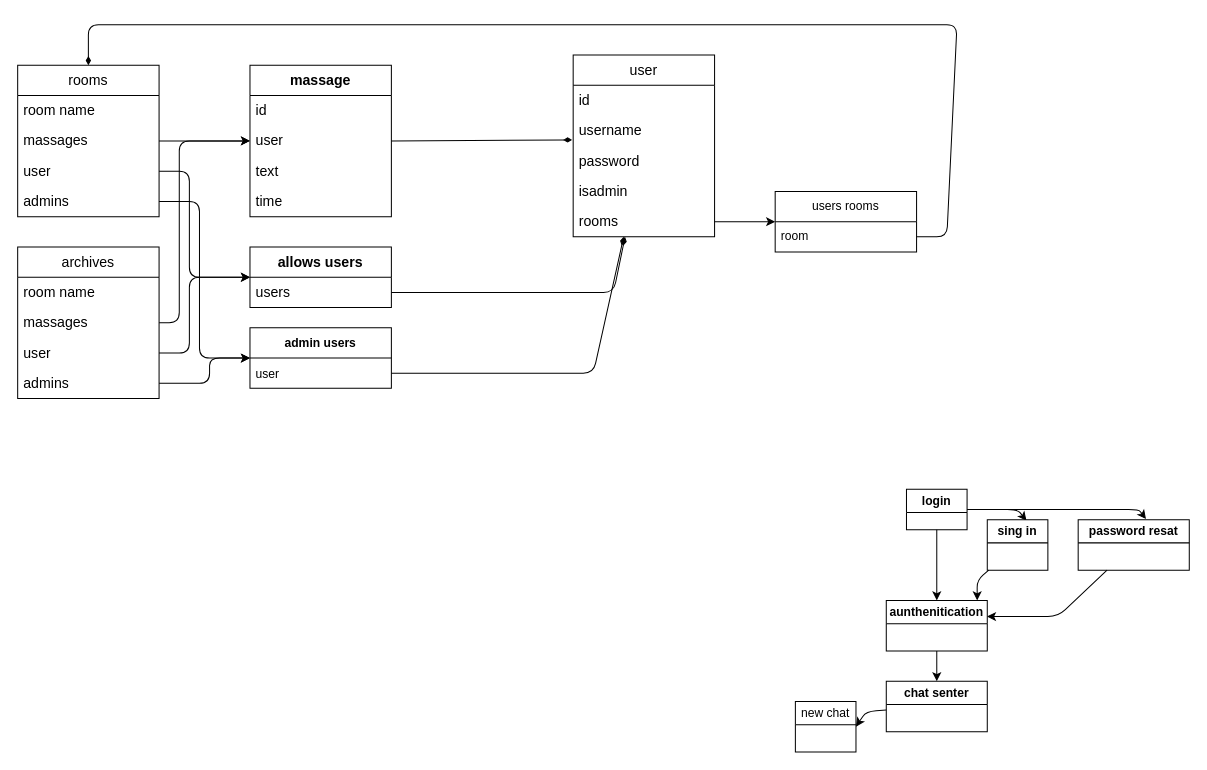
Earlier version of the draw.io diagram SCREENS.drawio (noambaum00/chat). Source tidied: cells renumbered, new cells numbered last; positions are measured from the earlier drawing's top-left corner, leaving out a move shared by most shapes. Both pictures are drawn from the tidied source at 101%, with x=0, y=0 at pixel (17, 24).
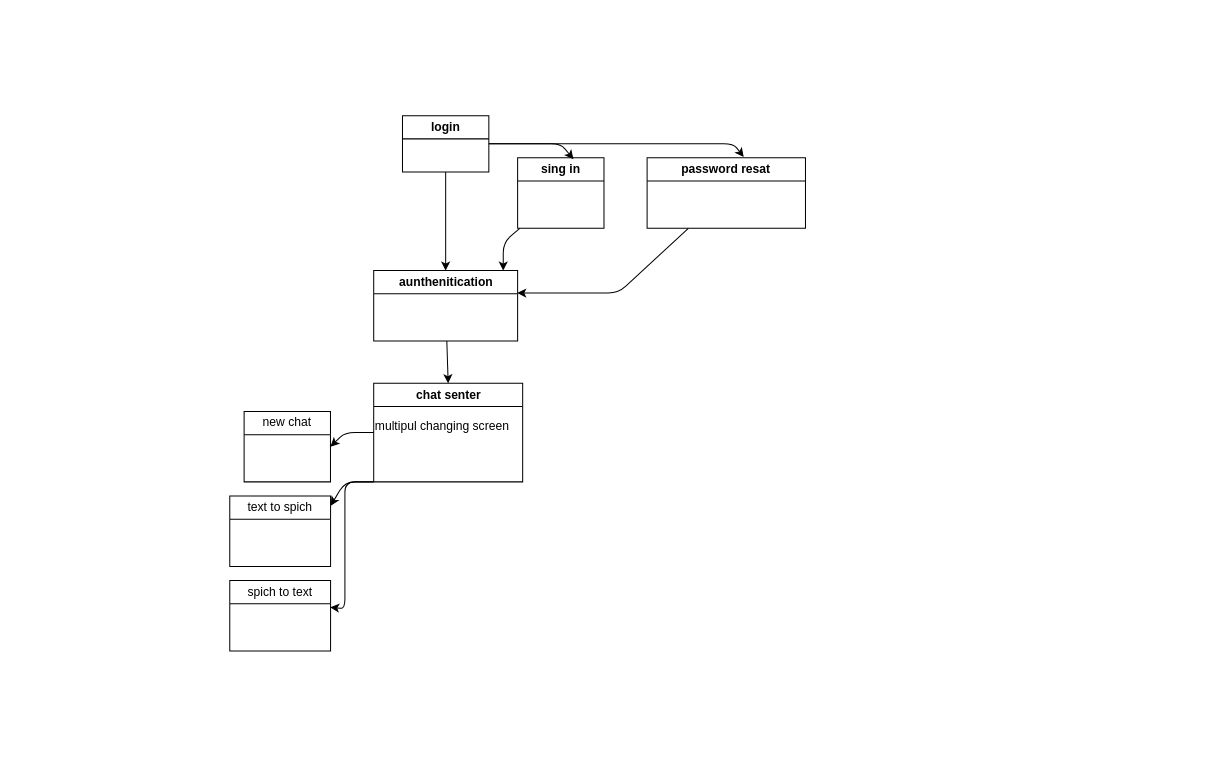
Above is the later version.

Commit message:
אני שונאת תרשימים!!!!!!!!!!!!!!!!!!

Diff of the diagram source:
```diff
@@
-    <mxCell id="2" value="rooms" style="swimlane;fontStyle=0;horizontal=1;startSize=30;whiteSpace=wrap;html=1;strokeColor=default;fontSize=14;fillColor=none;" parent="1" vertex="1">
-      <mxGeometry y="40" width="140" height="150" as="geometry" />
-    </mxCell>
-    <mxCell id="3" value="room name" style="text;strokeColor=none;fillColor=none;align=left;verticalAlign=middle;spacingLeft=4;spacingRight=4;overflow=hidden;whiteSpace=wrap;html=1;fontSize=14;" parent="2" vertex="1">
-      <mxGeometry y="30" width="140" height="30" as="geometry" />
-    </mxCell>
-    <mxCell id="4" value="massages" style="text;strokeColor=none;fillColor=none;align=left;verticalAlign=middle;spacingLeft=4;spacingRight=4;overflow=hidden;points=[[0,0.5],[1,0.5]];portConstraint=eastwest;whiteSpace=wrap;html=1;fontSize=14;" parent="2" vertex="1">
-      <mxGeometry y="60" width="140" height="30" as="geometry" />
-    </mxCell>
-    <mxCell id="5" value="user" style="text;strokeColor=none;fillColor=none;align=left;verticalAlign=middle;spacingLeft=4;spacingRight=4;overflow=hidden;points=[[0,0.5],[1,0.5]];portConstraint=eastwest;whiteSpace=wrap;html=1;fontSize=14;" parent="2" vertex="1">
-      <mxGeometry y="90" width="140" height="30" as="geometry" />
-    </mxCell>
-    <mxCell id="6" value="admins" style="text;strokeColor=none;fillColor=none;align=left;verticalAlign=middle;spacingLeft=4;spacingRight=4;overflow=hidden;points=[[0,0.5],[1,0.5]];portConstraint=eastwest;whiteSpace=wrap;html=1;fontSize=14;" parent="2" vertex="1">
-      <mxGeometry y="120" width="140" height="30" as="geometry" />
-    </mxCell>
-    <mxCell id="7" value="&lt;span style=&quot;font-weight: 700;&quot;&gt;allows users&lt;/span&gt;" style="swimlane;fontStyle=0;horizontal=1;startSize=30;whiteSpace=wrap;html=1;strokeColor=default;fontSize=14;fillColor=none;" parent="1" vertex="1">
-      <mxGeometry x="230" y="220" width="140" height="60" as="geometry" />
-    </mxCell>
-    <mxCell id="8" value="users" style="text;strokeColor=none;fillColor=none;align=left;verticalAlign=middle;spacingLeft=4;spacingRight=4;overflow=hidden;points=[[0,0.5],[1,0.5]];portConstraint=eastwest;whiteSpace=wrap;html=1;fontSize=14;" parent="7" vertex="1">
-      <mxGeometry y="30" width="140" height="30" as="geometry" />
-    </mxCell>
-    <mxCell id="9" value="&lt;span style=&quot;font-weight: 700;&quot;&gt;massage&lt;/span&gt;" style="swimlane;fontStyle=0;horizontal=1;startSize=30;whiteSpace=wrap;html=1;strokeColor=default;fontSize=14;fillColor=none;" parent="1" vertex="1">
-      <mxGeometry x="230" y="40" width="140" height="150" as="geometry" />
-    </mxCell>
-    <mxCell id="10" value="id" style="text;strokeColor=none;fillColor=none;align=left;verticalAlign=middle;spacingLeft=4;spacingRight=4;overflow=hidden;whiteSpace=wrap;html=1;fontSize=14;" parent="9" vertex="1">
-      <mxGeometry y="30" width="140" height="30" as="geometry" />
-    </mxCell>
-    <mxCell id="11" value="user" style="text;strokeColor=none;fillColor=none;align=left;verticalAlign=middle;spacingLeft=4;spacingRight=4;overflow=hidden;points=[[0,0.5],[1,0.5]];portConstraint=eastwest;whiteSpace=wrap;html=1;fontSize=14;" parent="9" vertex="1">
-      <mxGeometry y="60" width="140" height="30" as="geometry" />
-    </mxCell>
-    <mxCell id="12" value="text" style="text;strokeColor=none;fillColor=none;align=left;verticalAlign=middle;spacingLeft=4;spacingRight=4;overflow=hidden;whiteSpace=wrap;html=1;fontSize=14;" parent="9" vertex="1">
-      <mxGeometry y="90" width="140" height="30" as="geometry" />
-    </mxCell>
-    <mxCell id="13" value="time" style="text;strokeColor=none;fillColor=none;align=left;verticalAlign=middle;spacingLeft=4;spacingRight=4;overflow=hidden;whiteSpace=wrap;html=1;fontSize=14;" parent="9" vertex="1">
-      <mxGeometry y="120" width="140" height="30" as="geometry" />
-    </mxCell>
-    <mxCell id="14" value="user" style="swimlane;fontStyle=0;horizontal=1;startSize=30;whiteSpace=wrap;html=1;strokeColor=default;fontSize=14;fillColor=none;" parent="1" vertex="1">
-      <mxGeometry x="550" y="30" width="140" height="180" as="geometry" />
-    </mxCell>
-    <mxCell id="15" value="id" style="text;strokeColor=none;fillColor=none;align=left;verticalAlign=middle;spacingLeft=4;spacingRight=4;overflow=hidden;whiteSpace=wrap;html=1;fontSize=14;" parent="14" vertex="1">
-      <mxGeometry y="30" width="140" height="30" as="geometry" />
-    </mxCell>
-    <mxCell id="16" value="username" style="text;strokeColor=none;fillColor=none;align=left;verticalAlign=middle;spacingLeft=4;spacingRight=4;overflow=hidden;points=[[0,0.5],[1,0.5]];portConstraint=eastwest;whiteSpace=wrap;html=1;fontSize=14;" parent="14" vertex="1">
-      <mxGeometry y="60" width="140" height="30" as="geometry" />
-    </mxCell>
-    <mxCell id="17" value="password" style="text;strokeColor=none;fillColor=none;align=left;verticalAlign=middle;spacingLeft=4;spacingRight=4;overflow=hidden;whiteSpace=wrap;html=1;fontSize=14;" parent="14" vertex="1">
-      <mxGeometry y="90" width="140" height="30" as="geometry" />
-    </mxCell>
-    <mxCell id="18" value="isadmin" style="text;strokeColor=none;fillColor=none;align=left;verticalAlign=middle;spacingLeft=4;spacingRight=4;overflow=hidden;whiteSpace=wrap;html=1;fontSize=14;" parent="14" vertex="1">
-      <mxGeometry y="120" width="140" height="30" as="geometry" />
-    </mxCell>
-    <mxCell id="19" value="rooms" style="text;strokeColor=none;fillColor=none;align=left;verticalAlign=middle;spacingLeft=4;spacingRight=4;overflow=hidden;points=[[0,0.5],[1,0.5]];portConstraint=eastwest;whiteSpace=wrap;html=1;fontSize=14;" parent="14" vertex="1">
-      <mxGeometry y="150" width="140" height="30" as="geometry" />
-    </mxCell>
-    <mxCell id="20" value="admin users" style="swimlane;fontStyle=1;horizontal=1;startSize=30;" parent="1" vertex="1">
-      <mxGeometry x="230" y="300" width="140" height="60" as="geometry" />
-    </mxCell>
-    <mxCell id="21" value="user" style="text;strokeColor=none;fillColor=none;align=left;verticalAlign=middle;spacingLeft=4;spacingRight=4;overflow=hidden;points=[[0,0.5],[1,0.5]];portConstraint=eastwest;" parent="20" vertex="1">
-      <mxGeometry y="30" width="140" height="30" as="geometry" />
-    </mxCell>
-    <mxCell id="22" style="edgeStyle=none;html=1;exitX=1;exitY=0.5;exitDx=0;exitDy=0;endArrow=diamondThin;endFill=1;" parent="1" edge="1" source="8" target="14">
-      <mxGeometry relative="1" as="geometry">
-        <Array as="points">
-          <mxPoint x="590" y="265" />
-        </Array>
-      </mxGeometry>
-    </mxCell>
-    <mxCell id="23" style="edgeStyle=none;html=1;exitX=1;exitY=0.5;exitDx=0;exitDy=0;endArrow=diamondThin;endFill=1;" parent="1" edge="1" source="21" target="14">
-      <mxGeometry relative="1" as="geometry">
-        <Array as="points">
-          <mxPoint x="570" y="345" />
-        </Array>
-      </mxGeometry>
-    </mxCell>
-    <mxCell id="24" value="archives" style="swimlane;fontStyle=0;horizontal=1;startSize=30;whiteSpace=wrap;html=1;strokeColor=default;fontSize=14;fillColor=none;" parent="1" vertex="1">
-      <mxGeometry y="220" width="140" height="150" as="geometry" />
-    </mxCell>
-    <mxCell id="25" value="room name" style="text;strokeColor=none;fillColor=none;align=left;verticalAlign=middle;spacingLeft=4;spacingRight=4;overflow=hidden;whiteSpace=wrap;html=1;fontSize=14;" parent="24" vertex="1">
-      <mxGeometry y="30" width="140" height="30" as="geometry" />
-    </mxCell>
-    <mxCell id="26" value="massages" style="text;strokeColor=none;fillColor=none;align=left;verticalAlign=middle;spacingLeft=4;spacingRight=4;overflow=hidden;points=[[0,0.5],[1,0.5]];portConstraint=eastwest;whiteSpace=wrap;html=1;fontSize=14;" parent="24" vertex="1">
-      <mxGeometry y="60" width="140" height="30" as="geometry" />
-    </mxCell>
-    <mxCell id="27" value="user" style="text;strokeColor=none;fillColor=none;align=left;verticalAlign=middle;spacingLeft=4;spacingRight=4;overflow=hidden;points=[[0,0.5],[1,0.5]];portConstraint=eastwest;whiteSpace=wrap;html=1;fontSize=14;" parent="24" vertex="1">
-      <mxGeometry y="90" width="140" height="30" as="geometry" />
-    </mxCell>
-    <mxCell id="28" value="admins" style="text;strokeColor=none;fillColor=none;align=left;verticalAlign=middle;spacingLeft=4;spacingRight=4;overflow=hidden;points=[[0,0.5],[1,0.5]];portConstraint=eastwest;whiteSpace=wrap;html=1;fontSize=14;" parent="24" vertex="1">
-      <mxGeometry y="120" width="140" height="30" as="geometry" />
-    </mxCell>
-    <mxCell id="29" style="edgeStyle=none;html=1;exitX=1;exitY=0.5;exitDx=0;exitDy=0;entryX=-0.007;entryY=0.8;entryDx=0;entryDy=0;entryPerimeter=0;endArrow=diamondThin;endFill=1;" parent="1" edge="1" source="11" target="16">
-      <mxGeometry relative="1" as="geometry" />
-    </mxCell>
-    <mxCell id="30" style="edgeStyle=none;html=1;exitX=1;exitY=0.5;exitDx=0;exitDy=0;" parent="1" edge="1" source="4" target="9">
-      <mxGeometry relative="1" as="geometry" />
-    </mxCell>
-    <mxCell id="31" style="edgeStyle=none;html=1;exitX=1;exitY=0.5;exitDx=0;exitDy=0;" parent="1" edge="1" source="26" target="9">
-      <mxGeometry relative="1" as="geometry">
-        <Array as="points">
-          <mxPoint x="160" y="295" />
-          <mxPoint x="160" y="115" />
-        </Array>
-      </mxGeometry>
-    </mxCell>
-    <mxCell id="32" style="edgeStyle=none;html=1;exitX=1;exitY=0.5;exitDx=0;exitDy=0;" parent="1" edge="1" source="27" target="7">
-      <mxGeometry relative="1" as="geometry">
-        <Array as="points">
-          <mxPoint x="170" y="325" />
-          <mxPoint x="170" y="250" />
-        </Array>
-      </mxGeometry>
-    </mxCell>
-    <mxCell id="33" style="edgeStyle=none;html=1;exitX=1;exitY=0.5;exitDx=0;exitDy=0;" parent="1" edge="1" source="5" target="7">
-      <mxGeometry relative="1" as="geometry">
-        <Array as="points">
-          <mxPoint x="170" y="145" />
-          <mxPoint x="170" y="250" />
-        </Array>
-      </mxGeometry>
-    </mxCell>
-    <mxCell id="34" style="edgeStyle=none;html=1;exitX=1;exitY=0.5;exitDx=0;exitDy=0;" parent="1" edge="1" source="6" target="20">
-      <mxGeometry relative="1" as="geometry">
-        <Array as="points">
-          <mxPoint x="180" y="175" />
-          <mxPoint x="180" y="330" />
-        </Array>
-      </mxGeometry>
-    </mxCell>
-    <mxCell id="35" style="edgeStyle=none;html=1;exitX=1;exitY=0.5;exitDx=0;exitDy=0;" parent="1" edge="1" source="28" target="20">
-      <mxGeometry relative="1" as="geometry">
-        <Array as="points">
-          <mxPoint x="190" y="355" />
-          <mxPoint x="190" y="330" />
-        </Array>
-      </mxGeometry>
-    </mxCell>
-    <mxCell id="36" value="users rooms" style="swimlane;fontStyle=0;horizontal=1;startSize=30;whiteSpace=wrap;html=1;" parent="1" vertex="1">
-      <mxGeometry x="750" y="165" width="140" height="60" as="geometry" />
-    </mxCell>
-    <mxCell id="37" value="room" style="text;strokeColor=none;fillColor=none;align=left;verticalAlign=middle;spacingLeft=4;spacingRight=4;overflow=hidden;points=[[0,0.5],[1,0.5]];portConstraint=eastwest;whiteSpace=wrap;html=1;" parent="36" vertex="1">
-      <mxGeometry y="30" width="140" height="30" as="geometry" />
-    </mxCell>
-    <mxCell id="38" style="edgeStyle=none;html=1;exitX=1;exitY=0.5;exitDx=0;exitDy=0;" parent="1" edge="1" source="19" target="36">
-      <mxGeometry relative="1" as="geometry" />
-    </mxCell>
-    <mxCell id="39" style="edgeStyle=none;html=1;exitX=1;exitY=0.5;exitDx=0;exitDy=0;endArrow=diamondThin;endFill=1;" parent="1" edge="1" source="37" target="2">
-      <mxGeometry relative="1" as="geometry">
-        <Array as="points">
-          <mxPoint x="920" y="210" />
-          <mxPoint x="930" />
-          <mxPoint x="70" />
-        </Array>
-      </mxGeometry>
-    </mxCell>
+    <mxCell id="53" style="group;" parent="1" vertex="1">
+      <mxGeometry x="210" y="90" width="570" height="530" as="geometry" />
+    </mxCell>
+    <mxCell id="43" value="login" style="swimlane;whiteSpace=wrap;html=1;" parent="53" vertex="1">
+      <mxGeometry x="171" width="85.5" height="55.8" as="geometry" />
+    </mxCell>
+    <mxCell id="45" value="sing in" style="swimlane;whiteSpace=wrap;html=1;" parent="53" vertex="1">
+      <mxGeometry x="285" y="41.8" width="85.5" height="69.7" as="geometry" />
+    </mxCell>
-    <mxCell id="40" style="edgeStyle=none;html=1;entryX=0.647;entryY=0.02;entryDx=0;entryDy=0;entryPerimeter=0;" parent="1" edge="1" source="43" target="45">
+    <mxCell id="40" style="edgeStyle=none;html=1;entryX=0.647;entryY=0.02;entryDx=0;entryDy=0;entryPerimeter=0;" parent="53" edge="1" source="43" target="45">
       <mxGeometry relative="1" as="geometry">
         <Array as="points">
-          <mxPoint x="990" y="480" />
+          <mxPoint x="327.8" y="27.9" />
         </Array>
       </mxGeometry>
     </mxCell>
+    <mxCell id="47" value="password resat" style="swimlane;whiteSpace=wrap;html=1;" parent="53" vertex="1">
+      <mxGeometry x="413.2" y="41.8" width="156.8" height="69.7" as="geometry" />
+    </mxCell>
-    <mxCell id="41" style="edgeStyle=none;html=1;entryX=0.61;entryY=-0.012;entryDx=0;entryDy=0;entryPerimeter=0;" parent="1" edge="1" source="43" target="47">
+    <mxCell id="41" style="edgeStyle=none;html=1;entryX=0.61;entryY=-0.012;entryDx=0;entryDy=0;entryPerimeter=0;" parent="53" edge="1" source="43" target="47">
       <mxGeometry relative="1" as="geometry">
         <Array as="points">
-          <mxPoint x="1110" y="480" />
+          <mxPoint x="498.8" y="27.9" />
         </Array>
       </mxGeometry>
     </mxCell>
+    <mxCell id="49" value="aunthenitication" style="swimlane;whiteSpace=wrap;html=1;" parent="53" vertex="1">
+      <mxGeometry x="142.5" y="153.4" width="142.5" height="69.7" as="geometry" />
+    </mxCell>
-    <mxCell id="42" style="edgeStyle=none;html=1;exitX=0.5;exitY=1;exitDx=0;exitDy=0;" parent="1" edge="1" source="43" target="49">
+    <mxCell id="42" style="edgeStyle=none;html=1;exitX=0.5;exitY=1;exitDx=0;exitDy=0;" parent="53" edge="1" source="43" target="49">
       <mxGeometry relative="1" as="geometry" />
     </mxCell>
-    <mxCell id="43" value="login" style="swimlane;whiteSpace=wrap;html=1;" parent="1" vertex="1">
-      <mxGeometry x="880" y="460" width="60" height="40" as="geometry" />
-    </mxCell>
-    <mxCell id="44" style="edgeStyle=none;html=1;entryX=0.9;entryY=0;entryDx=0;entryDy=0;entryPerimeter=0;" parent="1" edge="1" source="45" target="49">
+    <mxCell id="44" style="edgeStyle=none;html=1;entryX=0.9;entryY=0;entryDx=0;entryDy=0;entryPerimeter=0;" parent="53" edge="1" source="45" target="49">
       <mxGeometry relative="1" as="geometry">
         <Array as="points">
-          <mxPoint x="950" y="550" />
+          <mxPoint x="270.8" y="125.5" />
         </Array>
       </mxGeometry>
     </mxCell>
-    <mxCell id="45" value="sing in" style="swimlane;whiteSpace=wrap;html=1;" parent="1" vertex="1">
-      <mxGeometry x="960" y="490" width="60" height="50" as="geometry" />
-    </mxCell>
-    <mxCell id="46" style="edgeStyle=none;html=1;entryX=0.997;entryY=0.319;entryDx=0;entryDy=0;entryPerimeter=0;" parent="1" edge="1" source="47" target="49">
+    <mxCell id="46" style="edgeStyle=none;html=1;entryX=0.997;entryY=0.319;entryDx=0;entryDy=0;entryPerimeter=0;" parent="53" edge="1" source="47" target="49">
       <mxGeometry relative="1" as="geometry">
         <Array as="points">
-          <mxPoint x="1030" y="586" />
+          <mxPoint x="384.8" y="175.7" />
         </Array>
       </mxGeometry>
     </mxCell>
-    <mxCell id="47" value="password resat" style="swimlane;whiteSpace=wrap;html=1;" parent="1" vertex="1">
-      <mxGeometry x="1050" y="490" width="110" height="50" as="geometry" />
-    </mxCell>
+    <mxCell id="51" value="chat senter" style="swimlane;whiteSpace=wrap;html=1;" parent="53" vertex="1">
+      <mxGeometry x="142.5" y="265" width="147.5" height="97.6" as="geometry" />
+    </mxCell>
+    <mxCell id="54" value="&lt;font style=&quot;font-size: 12px;&quot;&gt;multipul changing screen&lt;/font&gt;" style="text;html=1;align=center;verticalAlign=middle;" parent="51" vertex="1">
+      <mxGeometry x="-12.5" y="27.9" width="160" height="30" as="geometry" />
+    </mxCell>
-    <mxCell id="48" style="edgeStyle=none;html=1;entryX=0.5;entryY=0;entryDx=0;entryDy=0;" parent="1" edge="1" source="49" target="51">
+    <mxCell id="48" style="edgeStyle=none;html=1;entryX=0.5;entryY=0;entryDx=0;entryDy=0;" parent="53" edge="1" source="49" target="51">
       <mxGeometry relative="1" as="geometry" />
     </mxCell>
-    <mxCell id="49" value="aunthenitication" style="swimlane;whiteSpace=wrap;html=1;" parent="1" vertex="1">
-      <mxGeometry x="860" y="570" width="100" height="50" as="geometry" />
-    </mxCell>
+    <mxCell id="52" value="new chat" style="swimlane;whiteSpace=wrap;html=1;fontStyle=0;" parent="53" vertex="1">
+      <mxGeometry x="14.2" y="292.9" width="85.5" height="69.7" as="geometry" />
+    </mxCell>
-    <mxCell id="50" style="edgeStyle=none;html=1;entryX=1;entryY=0.5;entryDx=0;entryDy=0;" parent="1" edge="1" source="51" target="52">
+    <mxCell id="50" style="edgeStyle=none;html=1;entryX=1;entryY=0.5;entryDx=0;entryDy=0;" parent="53" edge="1" source="51" target="52">
       <mxGeometry relative="1" as="geometry">
         <Array as="points">
-          <mxPoint x="840" y="680" />
+          <mxPoint x="114" y="313.8" />
         </Array>
       </mxGeometry>
     </mxCell>
-    <mxCell id="51" value="chat senter" style="swimlane;whiteSpace=wrap;html=1;" parent="1" vertex="1">
-      <mxGeometry x="860" y="650" width="100" height="50" as="geometry" />
-    </mxCell>
-    <mxCell id="52" value="new chat" style="swimlane;whiteSpace=wrap;html=1;fontStyle=0;" parent="1" vertex="1">
-      <mxGeometry x="770" y="670" width="60" height="50" as="geometry" />
-    </mxCell>
+    <mxCell id="55" style="edgeStyle=none;html=1;entryX=1.002;entryY=0.137;entryDx=0;entryDy=0;entryPerimeter=0;fontSize=10;exitX=0;exitY=1;exitDx=0;exitDy=0;" parent="53" edge="1" source="51" target="57">
+      <mxGeometry relative="1" as="geometry">
+        <Array as="points">
+          <mxPoint x="114" y="362.6" />
+        </Array>
+      </mxGeometry>
+    </mxCell>
+    <mxCell id="56" style="edgeStyle=none;html=1;entryX=0.996;entryY=0.38;entryDx=0;entryDy=0;entryPerimeter=0;fontSize=10;exitX=0;exitY=1;exitDx=0;exitDy=0;" parent="53" edge="1" source="51" target="58">
+      <mxGeometry relative="1" as="geometry">
+        <Array as="points">
+          <mxPoint x="114" y="362.6" />
+          <mxPoint x="114" y="488.2" />
+        </Array>
+      </mxGeometry>
+    </mxCell>
+    <mxCell id="57" value="text to spich" style="swimlane;whiteSpace=wrap;html=1;fontStyle=0;" parent="53" vertex="1">
+      <mxGeometry y="376.6" width="99.8" height="69.7" as="geometry" />
+    </mxCell>
+    <mxCell id="58" value="spich to text" style="swimlane;whiteSpace=wrap;html=1;fontStyle=0;" parent="53" vertex="1">
+      <mxGeometry y="460.3" width="99.8" height="69.7" as="geometry" />
+    </mxCell>
```
